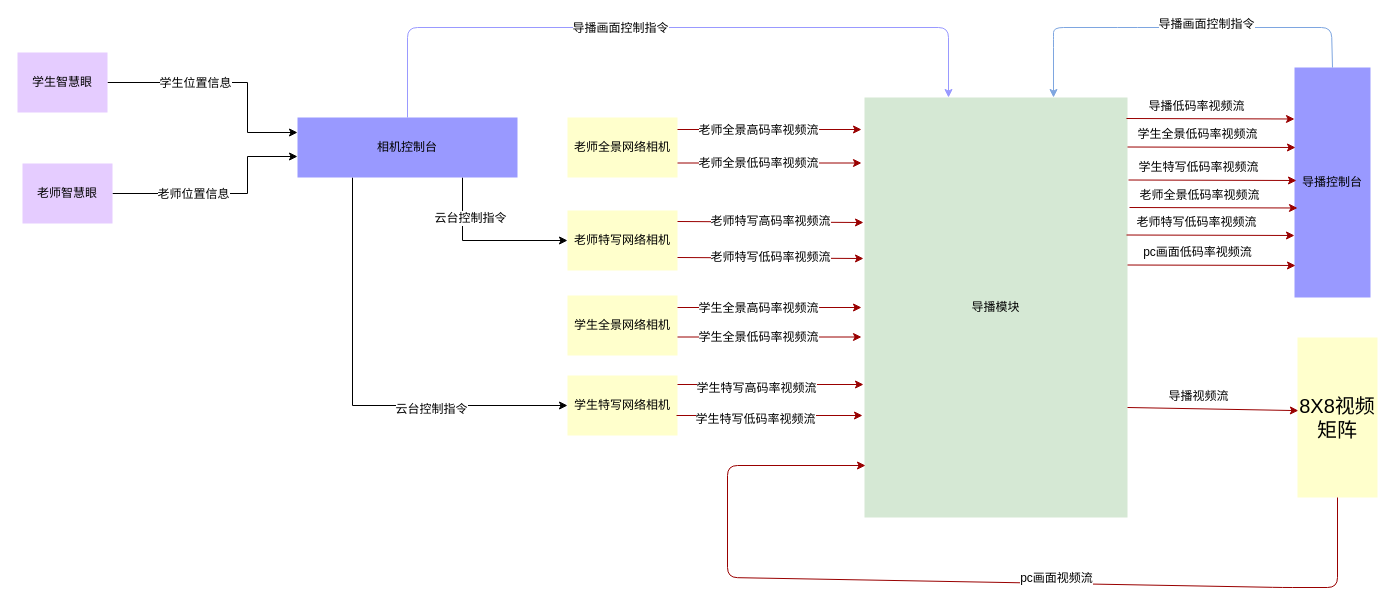
Earlier version of the draw.io diagram 大智小慧导播工作示意图.drawio (huangPeiLc/drawio). Source tidied: cells renumbered, new cells numbered last; positions are measured from the earlier drawing's top-left corner, leaving out a move shared by most shapes. Both pictures are drawn from the tidied source at 100%, with x=0, y=0 at pixel (17, 27).
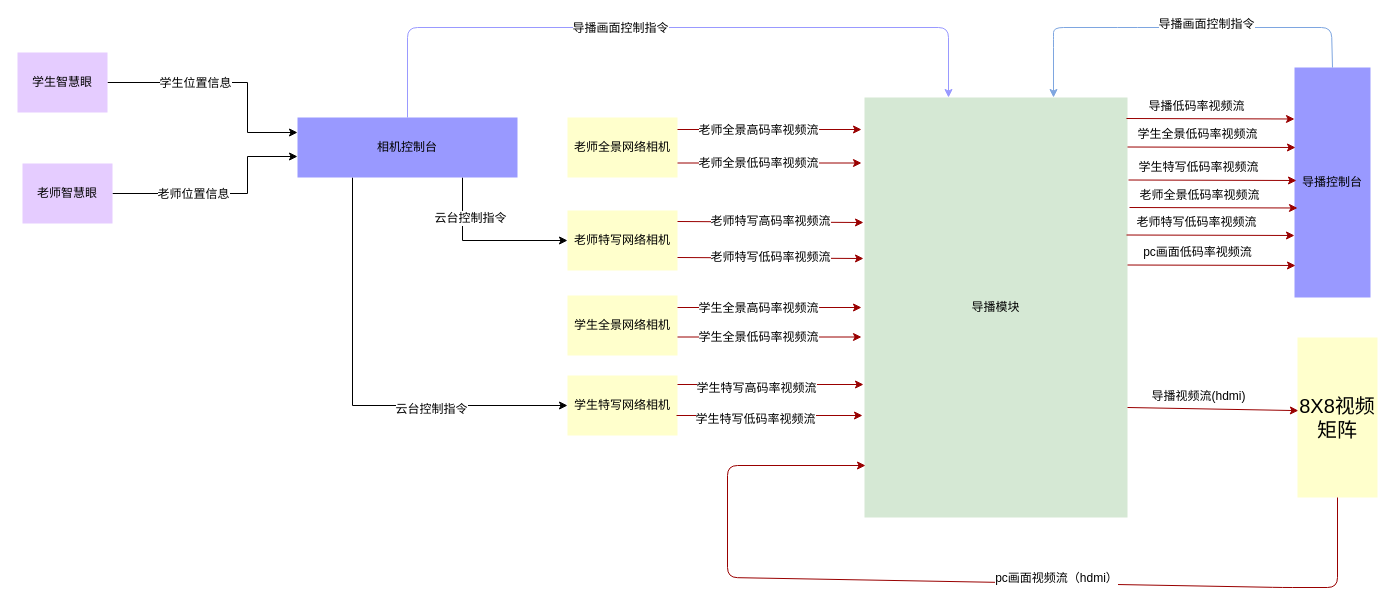
After the change.

Commit message (it also covers changes not shown here):
Update 大智小慧导播工作示意图.drawio

The change refers to these unchanged cells:
```xml
<mxCell id="18" style="endArrow=classic;entryX=0.011;entryY=0.457;entryDx=0;entryDy=0;strokeColor=#990000;entryPerimeter=0;fontStyle=0;html=1;" parent="1" edge="1" target="17">
  <mxGeometry relative="1" as="geometry">
    <mxPoint x="1110" y="380" as="sourcePoint" />
  </mxGeometry>
</mxCell>
<mxCell id="20" style="endArrow=classic;exitX=0.5;exitY=1;exitDx=0;exitDy=0;strokeColor=#990000;entryX=0;entryY=0.9;entryDx=0;entryDy=0;fontStyle=0;html=1;entryPerimeter=0;" parent="1" edge="1" source="17">
  <mxGeometry relative="1" as="geometry">
    <mxPoint x="848" y="438" as="targetPoint" />
    <Array as="points">
      <mxPoint x="1320" y="560" />
      <mxPoint x="1265" y="560" />
      <mxPoint x="710" y="550" />
      <mxPoint x="710" y="438" />
    </Array>
  </mxGeometry>
</mxCell>
```

Diff of the diagram source:
```diff
@@
-    <mxCell id="19" value="导播视频流" style="text;html=1;align=center;verticalAlign=middle;labelBackgroundColor=#ffffff;" parent="18" vertex="1">
+    <mxCell id="19" value="导播视频流(hdmi)" style="text;html=1;align=center;verticalAlign=middle;labelBackgroundColor=#ffffff;" parent="18" vertex="1">
       <mxGeometry x="-0.35" y="-2" relative="1" as="geometry">
         <mxPoint x="14.5" y="-15" as="offset" />
       </mxGeometry>
     </mxCell>
@@
-    <mxCell id="21" value="pc画面视频流" style="text;html=1;align=center;verticalAlign=middle;labelBackgroundColor=#ffffff;" parent="20" vertex="1">
+    <mxCell id="21" value="pc画面视频流（hdmi）" style="text;html=1;align=center;verticalAlign=middle;labelBackgroundColor=#ffffff;" parent="20" vertex="1">
       <mxGeometry x="0.19" y="-1" relative="1" as="geometry">
         <mxPoint x="193" y="-1" as="offset" />
       </mxGeometry>
     </mxCell>
```
